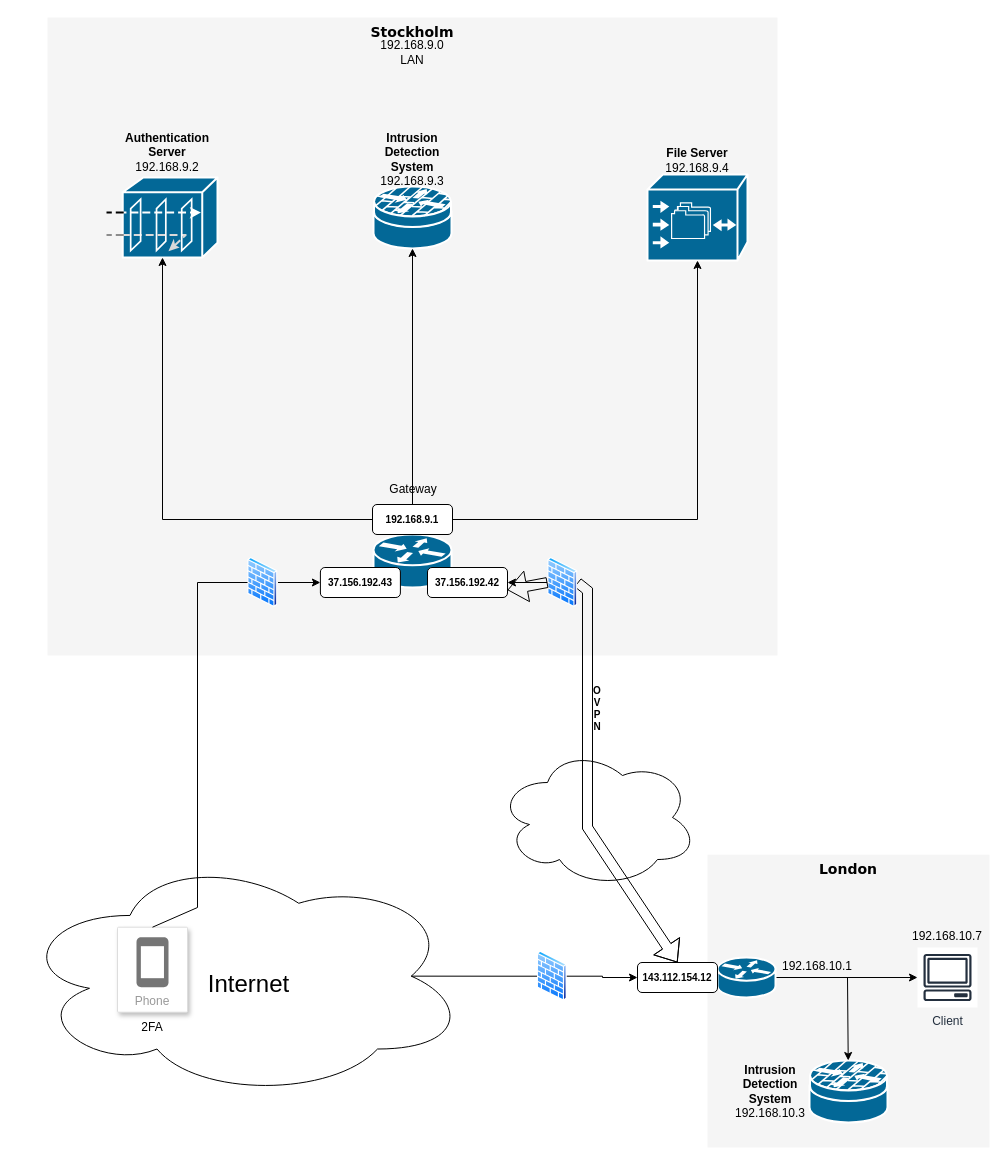
Earlier version of the draw.io diagram Diagrams/Copy of Untitled Diagram.drawio (emilstahl97/Building-Networked-Systems-Security-EP2520). Source tidied: cells renumbered, new cells numbered last; positions are measured from the earlier drawing's top-left corner, leaving out a move shared by most shapes. Both pictures are drawn from the tidied source at 100%, with x=0, y=0 at pixel (17, 17). Pictures stored in the file or linked from it are replaced by grey dashed boxes.
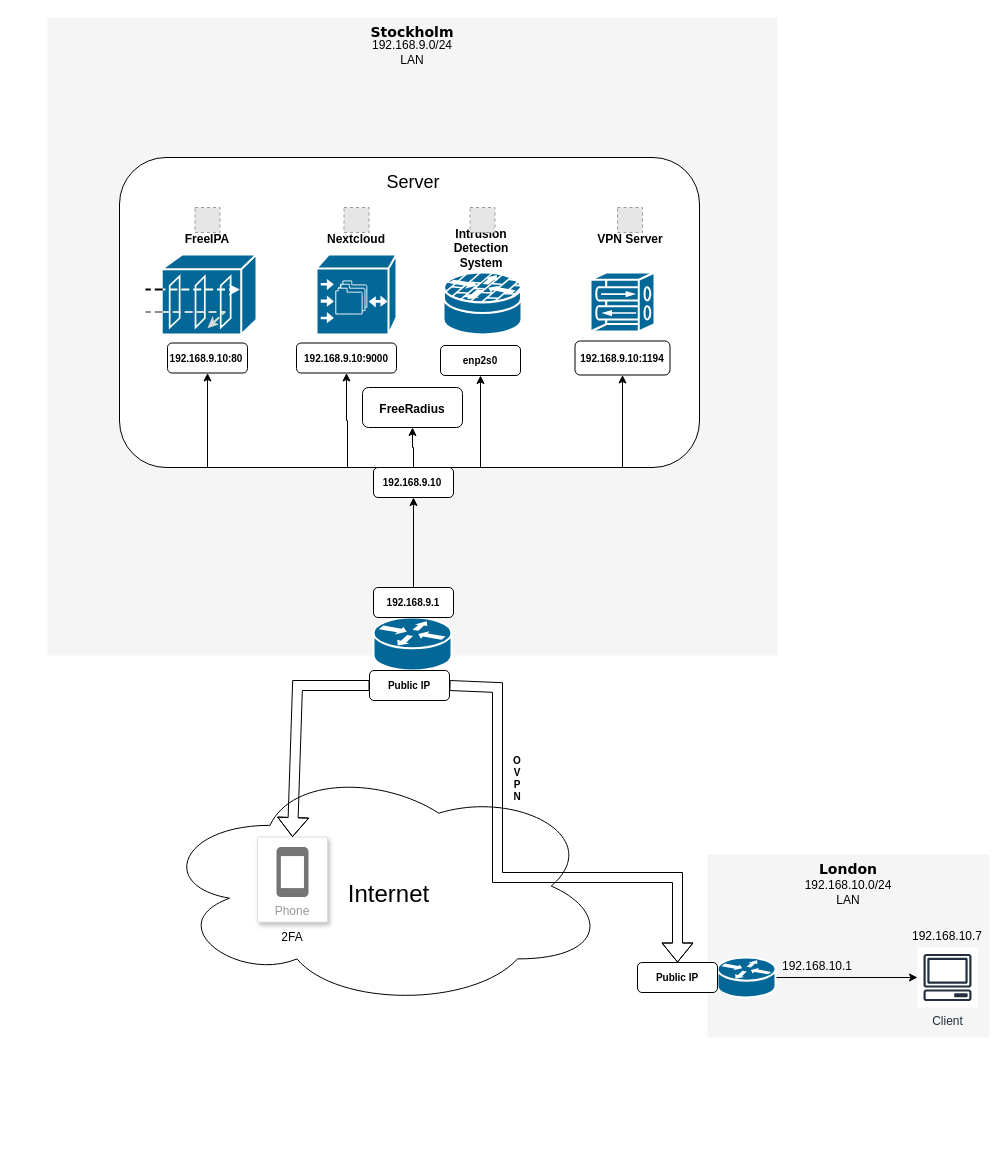
The same diagram, later.

The change refers to these unchanged cells:
```xml
<mxCell id="25" style="ellipse;shape=cloud;whiteSpace=wrap;html=1;fontSize=24;" parent="24" vertex="1">
  <mxGeometry width="450" height="242.9" as="geometry" />
</mxCell>
<mxCell id="28" value="Phone" style="strokeColor=#dddddd;shadow=1;strokeWidth=1;rounded=1;absoluteArcSize=1;arcSize=2;labelPosition=center;verticalLabelPosition=middle;align=center;verticalAlign=bottom;spacingLeft=0;fontColor=#999999;fontSize=12;whiteSpace=wrap;spacingBottom=2;" parent="27" vertex="1">
  <mxGeometry width="70" height="85" as="geometry" />
</mxCell>
<mxCell id="37" style="rounded=1;whiteSpace=wrap;html=1;fontSize=10;" parent="36" vertex="1">
  <mxGeometry width="80" height="30" as="geometry" />
</mxCell>
```

The edit, as a diff of the source:
```diff
@@
+    <mxCell id="52" style="edgeStyle=orthogonalEdgeStyle;rounded=0;jettySize=auto;html=1;exitX=0.5;exitY=1;exitDx=0;exitDy=0;entryX=0.5;entryY=1;entryDx=0;entryDy=0;" parent="1" edge="1" source="53" target="66">
+      <mxGeometry relative="1" as="geometry">
+        <Array as="points">
+          <mxPoint x="392" y="400" />
+          <mxPoint x="329" y="400" />
+        </Array>
+      </mxGeometry>
+    </mxCell>
+    <mxCell id="53" style="rounded=1;whiteSpace=wrap;html=1;" parent="1" vertex="1">
+      <mxGeometry x="102" y="140" width="580" height="310" as="geometry" />
+    </mxCell>
-    <mxCell id="3" value="192.168.9.0&lt;br&gt;LAN" style="text;html=1;strokeColor=none;fillColor=none;align=center;verticalAlign=middle;whiteSpace=wrap;rounded=0;" parent="1" vertex="1">
+    <mxCell id="3" value="192.168.9.0/24&lt;br&gt;LAN" style="text;html=1;strokeColor=none;fillColor=none;align=center;verticalAlign=middle;whiteSpace=wrap;rounded=0;" parent="1" vertex="1">
       <mxGeometry x="365" y="20" width="60" height="30" as="geometry" />
     </mxCell>
-    <mxCell id="4" value="Gateway" style="text;html=1;strokeColor=none;fillColor=none;align=center;verticalAlign=middle;whiteSpace=wrap;rounded=0;" parent="1" vertex="1">
-      <mxGeometry x="366" y="457" width="60" height="30" as="geometry" />
-    </mxCell>
     <mxCell id="5" value="London" style="whiteSpace=wrap;html=1;rounded=0;shadow=0;comic=0;strokeWidth=1;fontFamily=Verdana;fontSize=14;fillColor=#f5f5f5;strokeColor=none;fontStyle=1;verticalAlign=top;" parent="1" vertex="1">
-      <mxGeometry x="690" y="837.2" width="282" height="292.8" as="geometry" />
+      <mxGeometry x="690" y="837.2" width="282" height="182.8" as="geometry" />
     </mxCell>
@@
     <mxCell id="8" style="shape=mxgraph.cisco.routers.router;sketch=0;html=1;dashed=0;fillColor=#036897;strokeColor=#ffffff;strokeWidth=2;verticalLabelPosition=bottom;verticalAlign=top;align=center;" parent="1" vertex="1">
-      <mxGeometry x="356" y="517" width="78" height="53" as="geometry" />
+      <mxGeometry x="356" y="600" width="78" height="53" as="geometry" />
     </mxCell>
     <mxCell id="9" style="shape=mxgraph.cisco.security.guard;sketch=0;html=1;dashed=0;fillColor=#036897;strokeColor=#ffffff;strokeWidth=2;verticalLabelPosition=bottom;verticalAlign=top;align=center;outlineConnect=0;" parent="1" vertex="1">
-      <mxGeometry x="90" y="160" width="110" height="80" as="geometry" />
+      <mxGeometry x="129" y="237" width="110" height="80" as="geometry" />
     </mxCell>
     <mxCell id="10" style="shape=mxgraph.cisco.storage.cisco_file_engine;html=1;dashed=0;fillColor=#036897;strokeColor=#ffffff;strokeWidth=2;verticalLabelPosition=bottom;verticalAlign=top;rounded=0;shadow=0;comic=0;fontFamily=Verdana;fontSize=12;" parent="1" vertex="1">
-      <mxGeometry x="630" y="157" width="100" height="86" as="geometry" />
+      <mxGeometry x="299" y="237" width="80" height="80" as="geometry" />
     </mxCell>
     <mxCell id="11" style="shape=mxgraph.cisco.security.router_firewall;sketch=0;html=1;dashed=0;fillColor=#036897;strokeColor=#ffffff;strokeWidth=2;verticalLabelPosition=bottom;verticalAlign=top;align=center;outlineConnect=0;fontSize=24;" parent="1" vertex="1">
-      <mxGeometry x="356" y="169" width="78" height="62" as="geometry" />
+      <mxGeometry x="426" y="255" width="78" height="62" as="geometry" />
     </mxCell>
-    <mxCell id="12" value="&lt;b&gt;File Server&lt;br&gt;&lt;/b&gt;192.168.9.4" style="text;html=1;strokeColor=none;fillColor=none;align=center;verticalAlign=middle;whiteSpace=wrap;rounded=0;" parent="1" vertex="1">
-      <mxGeometry x="640" y="127.5" width="80" height="30" as="geometry" />
+    <mxCell id="12" value="&lt;b&gt;Nextcloud&lt;br&gt;&lt;/b&gt;" style="text;html=1;strokeColor=none;fillColor=none;align=center;verticalAlign=middle;whiteSpace=wrap;rounded=0;" parent="1" vertex="1">
+      <mxGeometry x="299" y="207" width="80" height="30" as="geometry" />
     </mxCell>
-    <mxCell id="13" value="&lt;b&gt;Authentication Server&lt;/b&gt;&lt;br&gt;192.168.9.2" style="text;html=1;strokeColor=none;fillColor=none;align=center;verticalAlign=middle;whiteSpace=wrap;rounded=0;" parent="1" vertex="1">
-      <mxGeometry x="110" y="120" width="80" height="30" as="geometry" />
+    <mxCell id="13" value="&lt;b&gt;FreeIPA&lt;/b&gt;" style="text;html=1;strokeColor=none;fillColor=none;align=center;verticalAlign=middle;whiteSpace=wrap;rounded=0;" parent="1" vertex="1">
+      <mxGeometry x="150" y="207" width="80" height="30" as="geometry" />
     </mxCell>
-    <mxCell id="14" value="&lt;b&gt;Intrusion Detection&lt;br&gt;System&lt;/b&gt;&lt;br&gt;192.168.9.3" style="text;html=1;strokeColor=none;fillColor=none;align=center;verticalAlign=middle;whiteSpace=wrap;rounded=0;" parent="1" vertex="1">
-      <mxGeometry x="352" y="126" width="86" height="31" as="geometry" />
+    <mxCell id="14" value="&lt;b&gt;Intrusion Detection&lt;br&gt;System&lt;/b&gt;" style="text;html=1;strokeColor=none;fillColor=none;align=center;verticalAlign=middle;whiteSpace=wrap;rounded=0;" parent="1" vertex="1">
+      <mxGeometry x="421" y="215" width="86" height="31" as="geometry" />
     </mxCell>
-    <mxCell id="15" style="ellipse;shape=cloud;whiteSpace=wrap;html=1;fontSize=24;" parent="1" vertex="1">
-      <mxGeometry x="480" y="730" width="200" height="140" as="geometry" />
-    </mxCell>
@@
-    <mxCell id="19" style="group;" parent="1" vertex="1">
-      <mxGeometry x="302.9" y="550" width="80" height="30" as="geometry" />
-    </mxCell>
-    <mxCell id="20" style="rounded=1;whiteSpace=wrap;html=1;fontSize=10;" parent="19" vertex="1">
-      <mxGeometry width="80" height="30" as="geometry" />
-    </mxCell>
-    <mxCell id="21" value="&lt;b&gt;37.156.192.43&lt;/b&gt;" style="text;html=1;strokeColor=none;fillColor=none;align=center;verticalAlign=middle;whiteSpace=wrap;rounded=0;fontSize=10;" parent="19" vertex="1">
-      <mxGeometry x="20" y="7.5" width="40" height="15" as="geometry" />
-    </mxCell>
-    <mxCell id="22" value="&lt;b&gt;37.156.192.42&lt;/b&gt;" style="rounded=1;whiteSpace=wrap;html=1;fontSize=10;" parent="1" vertex="1">
-      <mxGeometry x="410" y="550" width="80" height="30" as="geometry" />
+    <mxCell id="22" value="&lt;b&gt;Public IP&lt;/b&gt;" style="rounded=1;whiteSpace=wrap;html=1;fontSize=10;" parent="1" vertex="1">
+      <mxGeometry x="352" y="653" width="80" height="30" as="geometry" />
     </mxCell>
-    <mxCell id="23" value="&lt;b&gt;143.112.154.12&lt;/b&gt;" style="rounded=1;whiteSpace=wrap;html=1;fontSize=10;" parent="1" vertex="1">
+    <mxCell id="23" value="&lt;b&gt;Public IP&lt;/b&gt;" style="rounded=1;whiteSpace=wrap;html=1;fontSize=10;" parent="1" vertex="1">
       <mxGeometry x="620" y="945" width="80" height="30" as="geometry" />
     </mxCell>
     <mxCell id="24" style="group;" parent="1" vertex="1">
-      <mxGeometry y="837.2" width="450" height="242.9" as="geometry" />
+      <mxGeometry x="140" y="747.1" width="450" height="242.9" as="geometry" />
     </mxCell>
@@
-    <mxCell id="31" style="endArrow=none;html=1;rounded=0;fontSize=12;exitX=0.5;exitY=0;exitDx=0;exitDy=0;entryX=0.4;entryY=0.1;entryDx=0;entryDy=0;entryPerimeter=0;" parent="24" edge="1" source="28" target="25">
-      <mxGeometry relative="1" as="geometry">
-        <Array as="points">
-          <mxPoint x="180" y="52.8" />
-        </Array>
-      </mxGeometry>
-    </mxCell>
-    <mxCell id="32" style="edgeStyle=orthogonalEdgeStyle;rounded=0;jettySize=auto;html=1;exitX=0.875;exitY=0.5;exitDx=0;exitDy=0;exitPerimeter=0;entryX=0;entryY=0.5;entryDx=0;entryDy=0;fontSize=10;startArrow=none;" parent="1" edge="1" source="47" target="23">
-      <mxGeometry relative="1" as="geometry" />
-    </mxCell>
-    <mxCell id="33" style="edgeStyle=orthogonalEdgeStyle;rounded=0;jettySize=auto;html=1;exitX=1;exitY=0.5;exitDx=0;exitDy=0;entryX=0;entryY=0.5;entryDx=0;entryDy=0;fontSize=10;startArrow=none;" parent="1" edge="1" source="45" target="20">
-      <mxGeometry relative="1" as="geometry" />
-    </mxCell>
-    <mxCell id="34" style="shape=flexArrow;endArrow=classic;startArrow=none;html=1;rounded=0;fontSize=10;entryX=0.5;entryY=0;entryDx=0;entryDy=0;" parent="1" edge="1" target="23">
+    <mxCell id="34" style="shape=flexArrow;endArrow=classic;startArrow=none;html=1;rounded=0;fontSize=10;entryX=0.5;entryY=0;entryDx=0;entryDy=0;exitX=1;exitY=0.5;exitDx=0;exitDy=0;" parent="1" edge="1" source="22" target="23">
       <mxGeometry relative="1" as="geometry">
-        <mxPoint x="560" y="565" as="sourcePoint" />
         <Array as="points">
-          <mxPoint x="570" y="573" />
-          <mxPoint x="570" y="810" />
+          <mxPoint x="480" y="670" />
+          <mxPoint x="480" y="860" />
+          <mxPoint x="660" y="860" />
         </Array>
       </mxGeometry>
     </mxCell>
     <mxCell id="35" value="&lt;b&gt;&lt;br&gt;O&lt;br&gt;V&lt;br&gt;P&lt;br&gt;N&lt;/b&gt;" style="text;html=1;strokeColor=none;fillColor=none;align=center;verticalAlign=middle;whiteSpace=wrap;rounded=0;fontSize=10;" parent="1" vertex="1">
-      <mxGeometry x="550" y="670" width="60" height="30" as="geometry" />
+      <mxGeometry x="470" y="740" width="60" height="30" as="geometry" />
     </mxCell>
     <mxCell id="36" style="group;" parent="1" vertex="1">
-      <mxGeometry x="355" y="487" width="80" height="30" as="geometry" />
+      <mxGeometry x="356" y="570" width="80" height="30" as="geometry" />
     </mxCell>
@@
-    <mxCell id="39" style="edgeStyle=orthogonalEdgeStyle;rounded=0;jettySize=auto;html=1;exitX=0.5;exitY=0;exitDx=0;exitDy=0;entryX=0.5;entryY=1;entryDx=0;entryDy=0;entryPerimeter=0;fontSize=10;" parent="1" edge="1" source="37" target="11">
-      <mxGeometry relative="1" as="geometry" />
-    </mxCell>
-    <mxCell id="40" style="edgeStyle=orthogonalEdgeStyle;rounded=0;jettySize=auto;html=1;exitX=0;exitY=0.5;exitDx=0;exitDy=0;fontSize=10;entryX=0.5;entryY=1;entryDx=0;entryDy=0;entryPerimeter=0;" parent="1" edge="1" source="37" target="9">
-      <mxGeometry relative="1" as="geometry" />
-    </mxCell>
-    <mxCell id="41" style="edgeStyle=orthogonalEdgeStyle;rounded=0;jettySize=auto;html=1;exitX=1;exitY=0.5;exitDx=0;exitDy=0;entryX=0.5;entryY=1;entryDx=0;entryDy=0;entryPerimeter=0;fontSize=10;" parent="1" edge="1" source="37" target="10">
-      <mxGeometry relative="1" as="geometry" />
-    </mxCell>
-    <mxCell id="42" style="shape=mxgraph.cisco.security.router_firewall;sketch=0;html=1;dashed=0;fillColor=#036897;strokeColor=#ffffff;strokeWidth=2;verticalLabelPosition=bottom;verticalAlign=top;align=center;outlineConnect=0;fontSize=24;" parent="1" vertex="1">
-      <mxGeometry x="792" y="1043" width="78" height="62" as="geometry" />
-    </mxCell>
-    <mxCell id="43" value="&lt;b&gt;Intrusion Detection&lt;br&gt;System&lt;/b&gt;&lt;br&gt;&lt;div&gt;192.168.10.3&lt;/div&gt;" style="text;html=1;strokeColor=none;fillColor=none;align=center;verticalAlign=middle;whiteSpace=wrap;rounded=0;" parent="1" vertex="1">
-      <mxGeometry x="710" y="1058.5" width="86" height="31" as="geometry" />
-    </mxCell>
-    <mxCell id="44" style="endArrow=classic;html=1;rounded=0;" parent="1" edge="1" target="42">
-      <mxGeometry relative="1" as="geometry">
-        <mxPoint x="830" y="960" as="sourcePoint" />
-        <Array as="points">
-          <mxPoint x="830" y="960" />
-        </Array>
-      </mxGeometry>
-    </mxCell>
-    <mxCell id="45" style="perimeter=ellipsePerimeter;html=1;align=center;shadow=0;dashed=0;spacingTop=3;image;image=img/lib/active_directory/firewall.svg;" parent="1" vertex="1">
-      <mxGeometry x="230" y="540" width="30.5" height="50" as="geometry" />
-    </mxCell>
-    <mxCell id="46" style="edgeStyle=orthogonalEdgeStyle;rounded=0;jettySize=auto;html=1;exitX=0.4;exitY=0.1;exitDx=0;exitDy=0;exitPerimeter=0;entryX=0;entryY=0.5;entryDx=0;entryDy=0;fontSize=10;endArrow=none;" parent="1" edge="1" source="25" target="45">
-      <mxGeometry relative="1" as="geometry" />
-    </mxCell>
-    <mxCell id="47" style="perimeter=ellipsePerimeter;html=1;align=center;shadow=0;dashed=0;spacingTop=3;image;image=img/lib/active_directory/firewall.svg;" parent="1" vertex="1">
-      <mxGeometry x="519.5" y="933.7" width="30.5" height="50" as="geometry" />
-    </mxCell>
-    <mxCell id="48" style="edgeStyle=orthogonalEdgeStyle;rounded=0;jettySize=auto;html=1;exitX=0.875;exitY=0.5;exitDx=0;exitDy=0;exitPerimeter=0;entryX=0;entryY=0.5;entryDx=0;entryDy=0;fontSize=10;endArrow=none;" parent="1" edge="1" source="25" target="47">
-      <mxGeometry relative="1" as="geometry" />
-    </mxCell>
-    <mxCell id="49" style="edgeStyle=orthogonalEdgeStyle;rounded=0;jettySize=auto;html=1;" parent="1" edge="1" source="50" target="22">
-      <mxGeometry relative="1" as="geometry" />
-    </mxCell>
-    <mxCell id="50" style="perimeter=ellipsePerimeter;html=1;align=center;shadow=0;dashed=0;spacingTop=3;image;image=img/lib/active_directory/firewall.svg;" parent="1" vertex="1">
-      <mxGeometry x="530" y="540" width="30.5" height="50" as="geometry" />
-    </mxCell>
-    <mxCell id="51" style="shape=flexArrow;endArrow=none;startArrow=classic;html=1;rounded=0;fontSize=10;entryX=0;entryY=0.5;entryDx=0;entryDy=0;exitX=1;exitY=0.75;exitDx=0;exitDy=0;" parent="1" edge="1" source="22" target="50">
-      <mxGeometry relative="1" as="geometry" />
-    </mxCell>
+    <mxCell id="54" style="shape=flexArrow;endArrow=classic;startArrow=none;html=1;rounded=0;fontSize=10;entryX=0.5;entryY=0;entryDx=0;entryDy=0;exitX=0;exitY=0.5;exitDx=0;exitDy=0;" parent="1" edge="1" source="22" target="28">
+      <mxGeometry relative="1" as="geometry">
+        <Array as="points">
+          <mxPoint x="280" y="668" />
+        </Array>
+      </mxGeometry>
+    </mxCell>
+    <mxCell id="55" style="edgeStyle=orthogonalEdgeStyle;rounded=0;jettySize=auto;html=1;exitX=0.5;exitY=0;exitDx=0;exitDy=0;entryX=0.5;entryY=1;entryDx=0;entryDy=0;fontFamily=Helvetica;fontSize=12;fontColor=default;" parent="1" edge="1" source="60" target="82">
+      <mxGeometry relative="1" as="geometry" />
+    </mxCell>
+    <mxCell id="56" style="edgeStyle=orthogonalEdgeStyle;rounded=0;jettySize=auto;html=1;exitX=0.5;exitY=0;exitDx=0;exitDy=0;entryX=0.5;entryY=1;entryDx=0;entryDy=0;fontFamily=Helvetica;fontSize=12;fontColor=default;" parent="1" edge="1" source="60" target="66">
+      <mxGeometry relative="1" as="geometry">
+        <Array as="points">
+          <mxPoint x="330" y="450" />
+          <mxPoint x="330" y="403" />
+          <mxPoint x="329" y="403" />
+        </Array>
+      </mxGeometry>
+    </mxCell>
+    <mxCell id="57" style="edgeStyle=orthogonalEdgeStyle;rounded=0;jettySize=auto;html=1;exitX=0.5;exitY=0;exitDx=0;exitDy=0;entryX=0.5;entryY=1;entryDx=0;entryDy=0;fontFamily=Helvetica;fontSize=12;fontColor=default;" parent="1" edge="1" source="60" target="20">
+      <mxGeometry relative="1" as="geometry">
+        <Array as="points">
+          <mxPoint x="190" y="450" />
+        </Array>
+      </mxGeometry>
+    </mxCell>
+    <mxCell id="58" style="edgeStyle=orthogonalEdgeStyle;rounded=0;jettySize=auto;html=1;exitX=0.5;exitY=0;exitDx=0;exitDy=0;entryX=0.5;entryY=1;entryDx=0;entryDy=0;fontFamily=Helvetica;fontSize=12;fontColor=default;" parent="1" edge="1" source="60" target="69">
+      <mxGeometry relative="1" as="geometry">
+        <Array as="points">
+          <mxPoint x="463" y="450" />
+        </Array>
+      </mxGeometry>
+    </mxCell>
+    <mxCell id="59" style="edgeStyle=orthogonalEdgeStyle;rounded=0;jettySize=auto;html=1;exitX=0.5;exitY=0;exitDx=0;exitDy=0;entryX=0.5;entryY=1;entryDx=0;entryDy=0;fontFamily=Helvetica;fontSize=12;fontColor=default;" parent="1" edge="1" source="60" target="72">
+      <mxGeometry relative="1" as="geometry">
+        <Array as="points">
+          <mxPoint x="605" y="450" />
+        </Array>
+      </mxGeometry>
+    </mxCell>
+    <mxCell id="60" style="rounded=1;whiteSpace=wrap;html=1;fontSize=10;" parent="1" vertex="1">
+      <mxGeometry x="356" y="450" width="80" height="30" as="geometry" />
+    </mxCell>
+    <mxCell id="61" value="&lt;b&gt;192.168.9.10&lt;/b&gt;" style="text;html=1;strokeColor=none;fillColor=none;align=center;verticalAlign=middle;whiteSpace=wrap;rounded=0;fontSize=10;" parent="1" vertex="1">
+      <mxGeometry x="375" y="457.5" width="40" height="15" as="geometry" />
+    </mxCell>
+    <mxCell id="62" style="edgeStyle=orthogonalEdgeStyle;rounded=0;jettySize=auto;html=1;exitX=0.5;exitY=0;exitDx=0;exitDy=0;entryX=0.5;entryY=1;entryDx=0;entryDy=0;" parent="1" edge="1" source="37" target="60">
+      <mxGeometry relative="1" as="geometry" />
+    </mxCell>
+    <mxCell id="63" style="group;" parent="1" vertex="1">
+      <mxGeometry x="150" y="325.5" width="80" height="30" as="geometry" />
+    </mxCell>
+    <mxCell id="20" style="rounded=1;whiteSpace=wrap;html=1;fontSize=10;" parent="63" vertex="1">
+      <mxGeometry width="80" height="30" as="geometry" />
+    </mxCell>
+    <mxCell id="64" value="&lt;b&gt;192.168.9.10:80&lt;/b&gt;" style="text;html=1;strokeColor=none;fillColor=none;align=center;verticalAlign=middle;whiteSpace=wrap;rounded=0;fontSize=10;" parent="63" vertex="1">
+      <mxGeometry x="19" y="7.5" width="40" height="15" as="geometry" />
+    </mxCell>
+    <mxCell id="65" style="group;" parent="1" vertex="1">
+      <mxGeometry x="279" y="325.5" width="100" height="30" as="geometry" />
+    </mxCell>
+    <mxCell id="66" style="rounded=1;whiteSpace=wrap;html=1;fontSize=10;" parent="65" vertex="1">
+      <mxGeometry width="100" height="30" as="geometry" />
+    </mxCell>
+    <mxCell id="67" value="&lt;b&gt;192.168.9.10:9000&lt;/b&gt;" style="text;html=1;strokeColor=none;fillColor=none;align=center;verticalAlign=middle;whiteSpace=wrap;rounded=0;fontSize=10;" parent="65" vertex="1">
+      <mxGeometry x="30" y="7.5" width="40" height="15" as="geometry" />
+    </mxCell>
+    <mxCell id="68" style="group;" parent="1" vertex="1">
+      <mxGeometry x="424" y="328" width="80" height="30" as="geometry" />
+    </mxCell>
+    <mxCell id="69" style="rounded=1;whiteSpace=wrap;html=1;fontSize=10;" parent="68" vertex="1">
+      <mxGeometry x="-1" width="80" height="30" as="geometry" />
+    </mxCell>
+    <mxCell id="70" value="&lt;b&gt;enp2s0&lt;/b&gt;" style="text;html=1;strokeColor=none;fillColor=none;align=center;verticalAlign=middle;whiteSpace=wrap;rounded=0;fontSize=10;" parent="68" vertex="1">
+      <mxGeometry x="19" y="7.5" width="40" height="15" as="geometry" />
+    </mxCell>
+    <mxCell id="71" style="group;" parent="1" vertex="1">
+      <mxGeometry x="557.5" y="323.5" width="95" height="34" as="geometry" />
+    </mxCell>
+    <mxCell id="72" style="rounded=1;whiteSpace=wrap;html=1;fontSize=10;" parent="71" vertex="1">
+      <mxGeometry width="95" height="34" as="geometry" />
+    </mxCell>
+    <mxCell id="73" value="&lt;b&gt;192.168.9.10:1194&lt;/b&gt;" style="text;html=1;strokeColor=none;fillColor=none;align=center;verticalAlign=middle;whiteSpace=wrap;rounded=0;fontSize=10;" parent="71" vertex="1">
+      <mxGeometry x="27.5" y="9.5" width="40" height="15" as="geometry" />
+    </mxCell>
+    <mxCell id="74" value="&lt;font style=&quot;font-size: 18px&quot;&gt;Server&lt;/font&gt;" style="text;html=1;strokeColor=none;fillColor=none;align=center;verticalAlign=middle;whiteSpace=wrap;rounded=0;" parent="1" vertex="1">
+      <mxGeometry x="366" y="150" width="60" height="30" as="geometry" />
+    </mxCell>
+    <mxCell id="75" style="fillColor=#E6E6E6;strokeColor=#999999;dashed=1;html=1;verticalAlign=top;verticalLabelPosition=bottom;labelBackgroundColor=#ffffff;fontSize=18;" parent="1" vertex="1">
+      <mxGeometry x="177.5" y="190" width="25" height="25" as="geometry" />
+    </mxCell>
+    <mxCell id="76" style="fillColor=#E6E6E6;strokeColor=#999999;dashed=1;html=1;verticalAlign=top;verticalLabelPosition=bottom;labelBackgroundColor=#ffffff;fontSize=18;" parent="1" vertex="1">
+      <mxGeometry x="326.5" y="190" width="25" height="25" as="geometry" />
+    </mxCell>
+    <mxCell id="77" style="fillColor=#E6E6E6;strokeColor=#999999;dashed=1;html=1;verticalAlign=top;verticalLabelPosition=bottom;labelBackgroundColor=#ffffff;fontSize=18;" parent="1" vertex="1">
+      <mxGeometry x="452.5" y="190" width="25" height="25" as="geometry" />
+    </mxCell>
+    <mxCell id="78" style="fillColor=#E6E6E6;strokeColor=#999999;dashed=1;html=1;verticalAlign=top;verticalLabelPosition=bottom;labelBackgroundColor=#ffffff;fontSize=18;" parent="1" vertex="1">
+      <mxGeometry x="600" y="190" width="25" height="25" as="geometry" />
+    </mxCell>
+    <mxCell id="79" value="&lt;b&gt;VPN Server&lt;br&gt;&lt;/b&gt;" style="text;html=1;strokeColor=none;fillColor=none;align=center;verticalAlign=middle;whiteSpace=wrap;rounded=0;" parent="1" vertex="1">
+      <mxGeometry x="572.5" y="207" width="80" height="30" as="geometry" />
+    </mxCell>
+    <mxCell id="80" style="shape=mxgraph.cisco.misc.vpn_concentrator;html=1;dashed=0;fillColor=#036897;strokeColor=#ffffff;strokeWidth=2;verticalLabelPosition=bottom;verticalAlign=top;align=center;fontSize=18;" parent="1" vertex="1">
+      <mxGeometry x="573" y="255" width="64" height="59" as="geometry" />
+    </mxCell>
+    <mxCell id="81" value="192.168.10.0/24&lt;br&gt;LAN" style="text;html=1;strokeColor=none;fillColor=none;align=center;verticalAlign=middle;whiteSpace=wrap;rounded=0;" parent="1" vertex="1">
+      <mxGeometry x="801" y="860" width="60" height="30" as="geometry" />
+    </mxCell>
+    <mxCell id="82" value="&lt;b&gt;&lt;font style=&quot;font-size: 12px&quot;&gt;FreeRadius&lt;/font&gt;&lt;/b&gt;" style="rounded=1;whiteSpace=wrap;html=1;shadow=0;fontFamily=Helvetica;fontSize=18;fontColor=default;strokeColor=default;fillColor=default;" parent="1" vertex="1">
+      <mxGeometry x="345" y="370" width="100" height="40" as="geometry" />
+    </mxCell>
```
